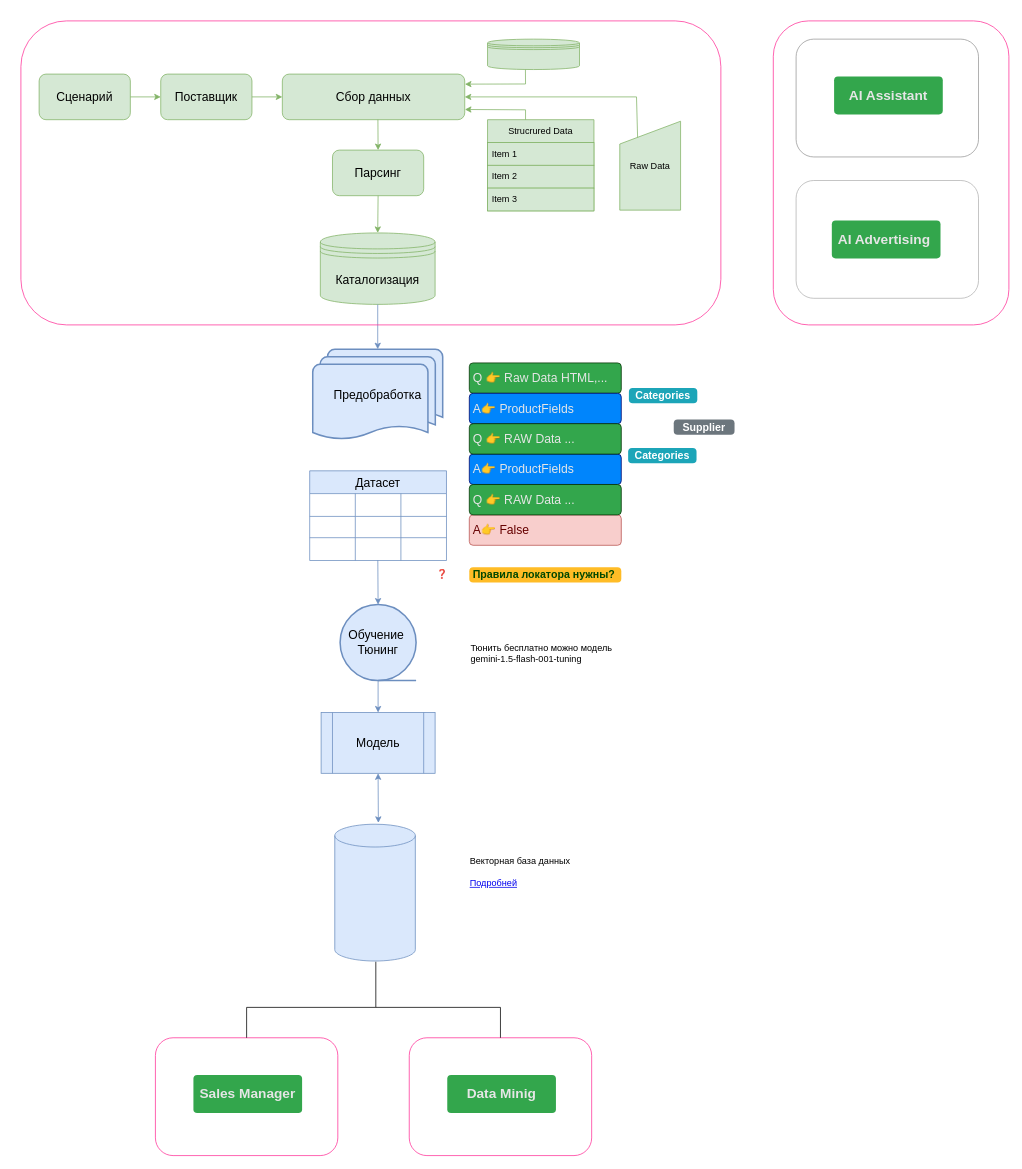
hypo69/hypotez keeps this draw.io diagram as page "התויית דרך" (1 of 4) of assets/draw.io/תקשורת-שרת-משתמש.drawio. Above is the earlier version. Source tidied: cells renumbered, new cells numbered last; positions are measured from the earlier drawing's top-left corner, leaving out a move shared by most shapes. Both pictures are drawn from the tidied source at 76%, with x=0, y=0 at pixel (21, 21).
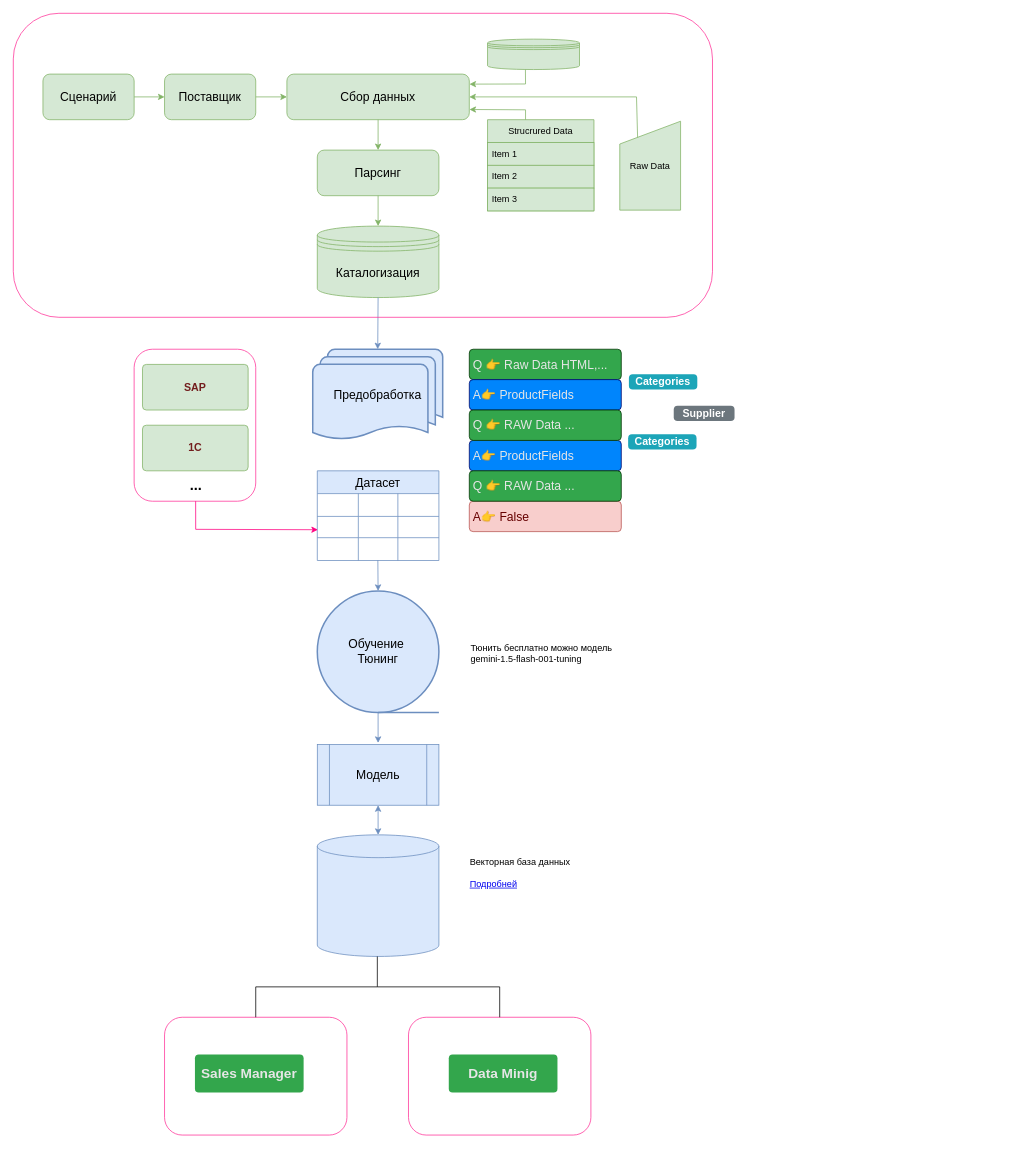
Above is the later version.

The edit, as a diff of the source:
```diff
@@
+    <mxCell id="62" style="rounded=1;whiteSpace=wrap;html=1;fillColor=none;strokeColor=#FF3399;" parent="1" vertex="1">
+      <mxGeometry x="149" y="432" width="160" height="200" as="geometry" />
+    </mxCell>
     <mxCell id="2" style="shape=cylinder3;whiteSpace=wrap;html=1;boundedLbl=1;backgroundOutline=1;size=15;fillColor=#dae8fc;strokeColor=#6c8ebf;" parent="1" vertex="1">
-      <mxGeometry x="413" y="1057" width="106" height="180" as="geometry" />
+      <mxGeometry x="390" y="1071" width="160" height="160" as="geometry" />
     </mxCell>
     <mxCell id="3" style="rounded=1;whiteSpace=wrap;html=1;fillColor=none;strokeColor=#FF3399;" parent="1" vertex="1">
-      <mxGeometry x="177" y="1338" width="240" height="155" as="geometry" />
+      <mxGeometry x="189" y="1311" width="240" height="155" as="geometry" />
     </mxCell>
     <mxCell id="4" value="&lt;font color=&quot;#e6e6e6&quot; style=&quot;font-size: 18px;&quot;&gt;Sales Manager&lt;/font&gt;" style="html=1;shadow=0;dashed=0;shape=mxgraph.bootstrap.rrect;rSize=5;strokeColor=none;strokeWidth=1;fillColor=#33A64C;fontColor=#FFFFFF;whiteSpace=wrap;align=center;verticalAlign=middle;spacingLeft=0;fontStyle=1;fontSize=14;spacing=5;" parent="1" vertex="1">
-      <mxGeometry x="227" y="1387" width="143" height="50" as="geometry" />
+      <mxGeometry x="229" y="1360" width="143" height="50" as="geometry" />
     </mxCell>
     <mxCell id="5" style="rounded=1;whiteSpace=wrap;html=1;fillColor=none;strokeColor=#FF3399;" parent="1" vertex="1">
-      <mxGeometry x="511" y="1338" width="240" height="155" as="geometry" />
+      <mxGeometry x="510" y="1311" width="240" height="155" as="geometry" />
     </mxCell>
     <mxCell id="6" value="&lt;font color=&quot;#e6e6e6&quot; style=&quot;font-size: 18px;&quot;&gt;Data Minig&lt;/font&gt;" style="html=1;shadow=0;dashed=0;shape=mxgraph.bootstrap.rrect;rSize=5;strokeColor=none;strokeWidth=1;fillColor=#33A64C;fontColor=#FFFFFF;whiteSpace=wrap;align=center;verticalAlign=middle;spacingLeft=0;fontStyle=1;fontSize=14;spacing=5;" parent="1" vertex="1">
-      <mxGeometry x="561" y="1387" width="143" height="50" as="geometry" />
+      <mxGeometry x="563" y="1360" width="143" height="50" as="geometry" />
     </mxCell>
     <mxCell id="7" style="endArrow=none;html=1;rounded=0;exitX=0.5;exitY=0;exitDx=0;exitDy=0;entryX=0.5;entryY=0;entryDx=0;entryDy=0;" parent="1" edge="1" source="5" target="3">
       <mxGeometry relative="1" as="geometry">
         <Array as="points">
-          <mxPoint x="631" y="1298" />
-          <mxPoint x="467" y="1298" />
-          <mxPoint x="297" y="1298" />
+          <mxPoint x="630" y="1271" />
+          <mxPoint x="469" y="1271" />
+          <mxPoint x="309" y="1271" />
         </Array>
       </mxGeometry>
     </mxCell>
     <mxCell id="8" style="endArrow=none;html=1;rounded=0;" parent="1" edge="1">
       <mxGeometry relative="1" as="geometry">
-        <mxPoint x="467" y="1238" as="sourcePoint" />
-        <mxPoint x="467" y="1298" as="targetPoint" />
+        <mxPoint x="469" y="1231" as="sourcePoint" />
+        <mxPoint x="469" y="1271" as="targetPoint" />
       </mxGeometry>
     </mxCell>
     <mxCell id="9" value="&lt;font style=&quot;font-size: 16px;&quot;&gt;Сбор данных&lt;/font&gt;" style="rounded=1;whiteSpace=wrap;html=1;fillColor=#d5e8d4;strokeColor=#82b366;" parent="1" vertex="1">
-      <mxGeometry x="344" y="70" width="240" height="60" as="geometry" />
+      <mxGeometry x="350" y="70" width="240" height="60" as="geometry" />
     </mxCell>
     <mxCell id="10" value="&lt;font style=&quot;font-size: 16px;&quot;&gt;Парсинг&lt;/font&gt;" style="rounded=1;whiteSpace=wrap;html=1;fillColor=#d5e8d4;strokeColor=#82b366;" parent="1" vertex="1">
-      <mxGeometry x="410" y="170" width="120" height="60" as="geometry" />
+      <mxGeometry x="390" y="170" width="160" height="60" as="geometry" />
     </mxCell>
     <mxCell id="11" value="&lt;font style=&quot;font-size: 16px;&quot;&gt;Каталогизация&lt;/font&gt;" style="rounded=1;whiteSpace=wrap;html=1;shape=datastore;fillColor=#d5e8d4;strokeColor=#82b366;" parent="1" vertex="1">
-      <mxGeometry x="394" y="279" width="151" height="94" as="geometry" />
+      <mxGeometry x="390" y="270" width="160" height="94" as="geometry" />
     </mxCell>
     <mxCell id="12" value="Датасет" style="shape=table;startSize=30;childLayout=tableLayout;strokeColor=#6c8ebf;fontSize=16;fillColor=#dae8fc;" parent="1" vertex="1">
-      <mxGeometry x="380" y="592" width="180" height="118" as="geometry" />
+      <mxGeometry x="390" y="592" width="160" height="118" as="geometry" />
     </mxCell>
     <mxCell id="13" style="shape=tableRow;horizontal=0;startSize=0;swimlaneHead=0;swimlaneBody=0;strokeColor=inherit;top=0;left=0;bottom=0;right=0;fillColor=none;fontSize=16;" parent="12" vertex="1">
-      <mxGeometry y="30" width="180" height="30" as="geometry" />
+      <mxGeometry y="30" width="160" height="30" as="geometry" />
     </mxCell>
     <mxCell id="14" style="shape=partialRectangle;html=1;whiteSpace=wrap;strokeColor=inherit;overflow=hidden;fillColor=none;top=0;left=0;bottom=0;right=0;fontSize=16;" parent="13" vertex="1">
-      <mxGeometry width="60" height="30" as="geometry" />
+      <mxGeometry width="54" height="30" as="geometry" />
     </mxCell>
     <mxCell id="15" style="shape=partialRectangle;html=1;whiteSpace=wrap;strokeColor=inherit;overflow=hidden;fillColor=none;top=0;left=0;bottom=0;right=0;fontSize=16;" parent="13" vertex="1">
-      <mxGeometry x="60" width="60" height="30" as="geometry" />
+      <mxGeometry x="54" width="52" height="30" as="geometry" />
     </mxCell>
     <mxCell id="16" style="shape=partialRectangle;html=1;whiteSpace=wrap;strokeColor=inherit;overflow=hidden;fillColor=none;top=0;left=0;bottom=0;right=0;fontSize=16;" parent="13" vertex="1">
-      <mxGeometry x="120" width="60" height="30" as="geometry" />
+      <mxGeometry x="106" width="54" height="30" as="geometry" />
     </mxCell>
     <mxCell id="17" style="shape=tableRow;horizontal=0;startSize=0;swimlaneHead=0;swimlaneBody=0;strokeColor=inherit;top=0;left=0;bottom=0;right=0;fillColor=none;points=[[0,0.5],[1,0.5]];portConstraint=eastwest;fontSize=16;" parent="12" vertex="1">
-      <mxGeometry y="60" width="180" height="28" as="geometry" />
+      <mxGeometry y="60" width="160" height="28" as="geometry" />
     </mxCell>
     <mxCell id="18" style="shape=partialRectangle;html=1;whiteSpace=wrap;strokeColor=inherit;overflow=hidden;fillColor=none;top=0;left=0;bottom=0;right=0;fontSize=16;" parent="17" vertex="1">
-      <mxGeometry width="60" height="28" as="geometry" />
+      <mxGeometry width="54" height="28" as="geometry" />
     </mxCell>
     <mxCell id="19" style="shape=partialRectangle;html=1;whiteSpace=wrap;strokeColor=inherit;overflow=hidden;fillColor=none;top=0;left=0;bottom=0;right=0;fontSize=16;" parent="17" vertex="1">
-      <mxGeometry x="60" width="60" height="28" as="geometry" />
+      <mxGeometry x="54" width="52" height="28" as="geometry" />
     </mxCell>
     <mxCell id="20" style="shape=partialRectangle;html=1;whiteSpace=wrap;strokeColor=inherit;overflow=hidden;fillColor=none;top=0;left=0;bottom=0;right=0;fontSize=16;" parent="17" vertex="1">
-      <mxGeometry x="120" width="60" height="28" as="geometry" />
+      <mxGeometry x="106" width="54" height="28" as="geometry" />
     </mxCell>
     <mxCell id="21" style="shape=tableRow;horizontal=0;startSize=0;swimlaneHead=0;swimlaneBody=0;strokeColor=inherit;top=0;left=0;bottom=0;right=0;fillColor=none;points=[[0,0.5],[1,0.5]];portConstraint=eastwest;fontSize=16;" parent="12" vertex="1">
-      <mxGeometry y="88" width="180" height="30" as="geometry" />
+      <mxGeometry y="88" width="160" height="30" as="geometry" />
     </mxCell>
     <mxCell id="22" style="shape=partialRectangle;html=1;whiteSpace=wrap;strokeColor=inherit;overflow=hidden;fillColor=none;top=0;left=0;bottom=0;right=0;fontSize=16;" parent="21" vertex="1">
-      <mxGeometry width="60" height="30" as="geometry" />
+      <mxGeometry width="54" height="30" as="geometry" />
     </mxCell>
     <mxCell id="23" style="shape=partialRectangle;html=1;whiteSpace=wrap;strokeColor=inherit;overflow=hidden;fillColor=none;top=0;left=0;bottom=0;right=0;fontSize=16;" parent="21" vertex="1">
-      <mxGeometry x="60" width="60" height="30" as="geometry" />
+      <mxGeometry x="54" width="52" height="30" as="geometry" />
     </mxCell>
     <mxCell id="24" style="shape=partialRectangle;html=1;whiteSpace=wrap;strokeColor=inherit;overflow=hidden;fillColor=none;top=0;left=0;bottom=0;right=0;fontSize=16;" parent="21" vertex="1">
-      <mxGeometry x="120" width="60" height="30" as="geometry" />
+      <mxGeometry x="106" width="54" height="30" as="geometry" />
     </mxCell>
@@
     <mxCell id="26" value="&lt;font style=&quot;font-size: 16px;&quot;&gt;Обучение&amp;nbsp;&lt;br&gt;Тюнинг&lt;br&gt;&lt;/font&gt;" style="strokeWidth=2;html=1;shape=mxgraph.flowchart.sequential_data;whiteSpace=wrap;fillColor=#dae8fc;strokeColor=#6c8ebf;" parent="1" vertex="1">
-      <mxGeometry x="420" y="768" width="100" height="100" as="geometry" />
+      <mxGeometry x="390" y="750" width="160" height="160" as="geometry" />
     </mxCell>
-    <mxCell id="27" style="endArrow=classic;html=1;rounded=0;entryX=0.5;entryY=0;entryDx=0;entryDy=0;exitX=0.524;exitY=0.997;exitDx=0;exitDy=0;exitPerimeter=0;fillColor=#d5e8d4;strokeColor=#82b366;" parent="1" edge="1" source="9" target="10">
+    <mxCell id="27" style="endArrow=classic;html=1;rounded=0;entryX=0.5;entryY=0;entryDx=0;entryDy=0;exitX=0.5;exitY=1;exitDx=0;exitDy=0;fillColor=#d5e8d4;strokeColor=#82b366;" parent="1" edge="1" source="9" target="10">
       <mxGeometry relative="1" as="geometry" />
     </mxCell>
@@
     <mxCell id="31" style="endArrow=classic;html=1;rounded=0;exitX=0.5;exitY=1;exitDx=0;exitDy=0;exitPerimeter=0;fillColor=#dae8fc;strokeColor=#6c8ebf;" parent="1" edge="1" source="26">
       <mxGeometry relative="1" as="geometry">
-        <mxPoint x="470" y="910" as="targetPoint" />
+        <mxPoint x="470" y="950" as="targetPoint" />
       </mxGeometry>
     </mxCell>
     <mxCell id="32" style="group;" parent="1" vertex="1">
-      <mxGeometry x="590" y="450" width="200" height="160" as="geometry" />
+      <mxGeometry x="590" y="432" width="200" height="160" as="geometry" />
     </mxCell>
@@
     <mxCell id="37" value="&lt;font style=&quot;font-size: 16px;&quot;&gt;Поставщик&lt;/font&gt;" style="rounded=1;whiteSpace=wrap;html=1;fillColor=#d5e8d4;strokeColor=#82b366;" parent="1" vertex="1">
-      <mxGeometry x="184" y="70" width="120" height="60" as="geometry" />
+      <mxGeometry x="189" y="70" width="120" height="60" as="geometry" />
     </mxCell>
     <mxCell id="38" value="&lt;span style=&quot;font-size: 16px;&quot;&gt;Сценарий&lt;/span&gt;" style="rounded=1;whiteSpace=wrap;html=1;fillColor=#d5e8d4;strokeColor=#82b366;" parent="1" vertex="1">
-      <mxGeometry x="24" y="70" width="120" height="60" as="geometry" />
+      <mxGeometry x="29" y="70" width="120" height="60" as="geometry" />
     </mxCell>
-    <mxCell id="39" value="❓" style="text;whiteSpace=wrap;html=1;" parent="1" vertex="1">
-      <mxGeometry x="545" y="714" width="25.5" height="30" as="geometry" />
-    </mxCell>
@@
-    <mxCell id="51" value="&lt;font color=&quot;#004700&quot;&gt;Правила локатора нужны?&lt;/font&gt;" style="html=1;shadow=0;dashed=0;shape=mxgraph.bootstrap.rrect;rSize=5;strokeColor=none;strokeWidth=1;fillColor=#FFBC26;fontColor=#000000;whiteSpace=wrap;align=left;verticalAlign=middle;spacingLeft=0;fontStyle=1;fontSize=14;spacing=5;" parent="1" vertex="1">
-      <mxGeometry x="590" y="719" width="200" height="20" as="geometry" />
-    </mxCell>
     <mxCell id="52" value="Categories" style="html=1;shadow=0;dashed=0;shape=mxgraph.bootstrap.rrect;rSize=5;strokeColor=none;strokeWidth=1;fillColor=#1CA5B8;fontColor=#FFFFFF;whiteSpace=wrap;align=center;verticalAlign=middle;spacingLeft=0;fontStyle=1;fontSize=14;spacing=5;" parent="1" vertex="1">
-      <mxGeometry x="800" y="483" width="90" height="20" as="geometry" />
+      <mxGeometry x="800" y="465" width="90" height="20" as="geometry" />
     </mxCell>
     <mxCell id="53" value="Categories" style="html=1;shadow=0;dashed=0;shape=mxgraph.bootstrap.rrect;rSize=5;strokeColor=none;strokeWidth=1;fillColor=#1CA5B8;fontColor=#FFFFFF;whiteSpace=wrap;align=center;verticalAlign=middle;spacingLeft=0;fontStyle=1;fontSize=14;spacing=5;" parent="1" vertex="1">
-      <mxGeometry x="799" y="562" width="90" height="20" as="geometry" />
+      <mxGeometry x="799" y="544" width="90" height="20" as="geometry" />
     </mxCell>
     <mxCell id="54" value="Supplier" style="html=1;shadow=0;dashed=0;shape=mxgraph.bootstrap.rrect;rSize=5;strokeColor=none;strokeWidth=1;fillColor=#6C767D;fontColor=#FFFFFF;whiteSpace=wrap;align=center;verticalAlign=middle;spacingLeft=0;fontStyle=1;fontSize=14;spacing=5;" parent="1" vertex="1">
-      <mxGeometry x="859" y="524.5" width="80" height="20" as="geometry" />
+      <mxGeometry x="859" y="506.5" width="80" height="20" as="geometry" />
     </mxCell>
     <mxCell id="55" value="&lt;font color=&quot;#660000&quot;&gt;A👉 False&lt;/font&gt;" style="html=1;shadow=0;dashed=0;shape=mxgraph.bootstrap.rrect;rSize=5;strokeColor=#b85450;strokeWidth=1;fillColor=#f8cecc;whiteSpace=wrap;align=left;verticalAlign=middle;spacingLeft=0;fontStyle=0;fontSize=16;spacing=5;" parent="1" vertex="1">
-      <mxGeometry x="590" y="650" width="200" height="40" as="geometry" />
+      <mxGeometry x="590" y="632" width="200" height="40" as="geometry" />
     </mxCell>
     <mxCell id="56" value="&lt;font color=&quot;#e6e6e6&quot;&gt;Q 👉 RAW Data ...&lt;/font&gt;" style="html=1;shadow=0;dashed=0;shape=mxgraph.bootstrap.rrect;rSize=5;strokeColor=#003300;strokeWidth=1;fillColor=#33A64C;fontColor=#FFFFFF;whiteSpace=wrap;align=left;verticalAlign=middle;spacingLeft=0;fontStyle=0;fontSize=16;spacing=5;" parent="1" vertex="1">
-      <mxGeometry x="590" y="610" width="200" height="40" as="geometry" />
+      <mxGeometry x="590" y="592" width="200" height="40" as="geometry" />
     </mxCell>
-    <mxCell id="57" style="rounded=1;whiteSpace=wrap;html=1;fillColor=none;strokeColor=#FF3399;" parent="1" vertex="1">
-      <mxGeometry width="921" height="400" as="geometry" />
-    </mxCell>
-    <mxCell id="58" style="rounded=1;whiteSpace=wrap;html=1;fillColor=none;strokeColor=#999999;" parent="1" vertex="1">
-      <mxGeometry x="1020" y="24" width="240" height="155" as="geometry" />
-    </mxCell>
-    <mxCell id="59" value="&lt;font color=&quot;#e6e6e6&quot; style=&quot;font-size: 18px;&quot;&gt;AI Assistant&lt;/font&gt;" style="html=1;shadow=0;dashed=0;shape=mxgraph.bootstrap.rrect;rSize=5;strokeColor=none;strokeWidth=1;fillColor=#33A64C;fontColor=#FFFFFF;whiteSpace=wrap;align=center;verticalAlign=middle;spacingLeft=0;fontStyle=1;fontSize=14;spacing=5;" parent="1" vertex="1">
-      <mxGeometry x="1070" y="73" width="143" height="50" as="geometry" />
-    </mxCell>
-    <mxCell id="60" style="rounded=1;whiteSpace=wrap;html=1;fillColor=none;strokeColor=#B3B3B3;" parent="1" vertex="1">
-      <mxGeometry x="1020" y="210" width="240" height="155" as="geometry" />
-    </mxCell>
-    <mxCell id="61" value="&lt;font color=&quot;#e6e6e6&quot; style=&quot;font-size: 18px;&quot;&gt;AI Advertising&amp;nbsp;&lt;/font&gt;" style="html=1;shadow=0;dashed=0;shape=mxgraph.bootstrap.rrect;rSize=5;strokeColor=none;strokeWidth=1;fillColor=#33A64C;fontColor=#FFFFFF;whiteSpace=wrap;align=center;verticalAlign=middle;spacingLeft=0;fontStyle=1;fontSize=14;spacing=5;" parent="1" vertex="1">
-      <mxGeometry x="1067" y="262.5" width="143" height="50" as="geometry" />
-    </mxCell>
-    <mxCell id="62" style="rounded=1;whiteSpace=wrap;html=1;fillColor=none;strokeColor=#FF3399;" parent="1" vertex="1">
-      <mxGeometry x="990" width="310" height="400" as="geometry" />
-    </mxCell>
     <mxCell id="63" value="Векторная база данных&lt;br&gt;&lt;br&gt;&lt;a href=&quot;https://habr.com/ru/companies/amvera/articles/897830/&quot;&gt;Подробней&lt;/a&gt;" style="text;html=1;align=left;verticalAlign=middle;strokeColor=none;fillColor=none;" parent="1" vertex="1">
-      <mxGeometry x="589" y="1090" width="160" height="60" as="geometry" />
+      <mxGeometry x="589" y="1091" width="160" height="60" as="geometry" />
     </mxCell>
     <mxCell id="64" value="&lt;font style=&quot;font-size: 16px;&quot;&gt;Модель&lt;/font&gt;" style="shape=process;whiteSpace=wrap;html=1;backgroundOutline=1;fillColor=#dae8fc;strokeColor=#6c8ebf;" parent="1" vertex="1">
-      <mxGeometry x="395" y="910" width="150" height="80" as="geometry" />
+      <mxGeometry x="390" y="952" width="160" height="80" as="geometry" />
     </mxCell>
-    <mxCell id="65" style="endArrow=classic;startArrow=classic;html=1;rounded=0;exitX=0.541;exitY=-0.01;exitDx=0;exitDy=0;exitPerimeter=0;entryX=0.5;entryY=1;entryDx=0;entryDy=0;fillColor=#dae8fc;strokeColor=#6c8ebf;" parent="1" edge="1" source="2" target="64">
+    <mxCell id="65" style="endArrow=classic;startArrow=classic;html=1;rounded=0;exitX=0.5;exitY=0;exitDx=0;exitDy=0;exitPerimeter=0;entryX=0.5;entryY=1;entryDx=0;entryDy=0;fillColor=#dae8fc;strokeColor=#6c8ebf;" parent="1" edge="1" source="2" target="64">
       <mxGeometry relative="1" as="geometry" />
     </mxCell>
@@
+    <mxCell id="68" value="&lt;font color=&quot;#721d1d&quot; style=&quot;font-size: 14px;&quot;&gt;SAP&lt;/font&gt;" style="html=1;shadow=0;dashed=0;shape=mxgraph.bootstrap.rrect;rSize=5;strokeColor=#82b366;strokeWidth=1;fillColor=#d5e8d4;whiteSpace=wrap;align=center;verticalAlign=middle;spacingLeft=0;fontStyle=1;fontSize=14;spacing=5;" parent="1" vertex="1">
+      <mxGeometry x="160" y="452" width="139" height="60" as="geometry" />
+    </mxCell>
+    <mxCell id="69" value="&lt;font style=&quot;font-size: 19px;&quot;&gt;&lt;b&gt;...&lt;/b&gt;&lt;/font&gt;" style="text;html=1;align=center;verticalAlign=middle;points=[];strokeColor=none;fillColor=none;" parent="1" vertex="1">
+      <mxGeometry x="209.5" y="592" width="40" height="40" as="geometry" />
+    </mxCell>
+    <mxCell id="70" style="endArrow=classic;html=1;rounded=0;entryX=0.005;entryY=0.625;entryDx=0;entryDy=0;strokeColor=#FF0080;entryPerimeter=0;exitX=0.511;exitY=1;exitDx=0;exitDy=0;exitPerimeter=0;" parent="1" edge="1" source="69" target="17">
+      <mxGeometry relative="1" as="geometry">
+        <Array as="points">
+          <mxPoint x="230" y="669" />
+        </Array>
+      </mxGeometry>
+    </mxCell>
+    <mxCell id="71" value="&lt;font color=&quot;#721d1d&quot; style=&quot;font-size: 14px;&quot;&gt;1C&lt;/font&gt;" style="html=1;shadow=0;dashed=0;shape=mxgraph.bootstrap.rrect;rSize=5;strokeColor=#82b366;strokeWidth=1;fillColor=#d5e8d4;whiteSpace=wrap;align=center;verticalAlign=middle;spacingLeft=0;fontStyle=1;fontSize=14;spacing=5;" parent="1" vertex="1">
+      <mxGeometry x="160" y="532" width="139" height="60" as="geometry" />
+    </mxCell>
@@
+    <mxCell id="72" style="rounded=1;whiteSpace=wrap;html=1;fillColor=none;strokeColor=#FF3399;" parent="67" vertex="1">
+      <mxGeometry x="-10" y="-10" width="920" height="400" as="geometry" />
+    </mxCell>
```
